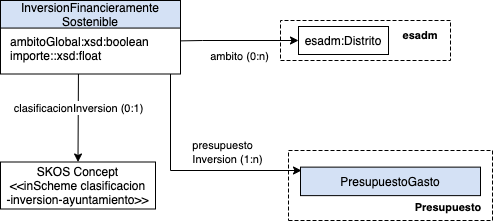
Earlier version of the draw.io export OnToology/ontology/presupuesto.owl/documentation/resources/images/modeloConceptualInversion.png (CiudadesAbiertas/vocab-hacienda-presupuesto). Source tidied: cells renumbered, new cells last; positions are measured from the earlier drawing's top-left corner, leaving out a move shared by most shapes.
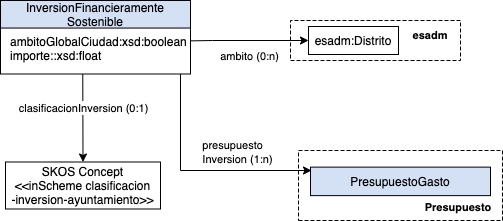
Above is the later version.

What changed in the source:
```diff
@@ -6,7 +6,7 @@
       <mxGeometry x="298" y="26" width="90" height="28" as="geometry" />
     </mxCell>
     <mxCell id="3" value="SKOS Concept&lt;br&gt;&amp;lt;&amp;lt;inScheme clasificacion&lt;br&gt;-inversion-ayuntamiento&amp;gt;&amp;gt;" style="rounded=0;whiteSpace=wrap;html=1;" parent="1" vertex="1">
-      <mxGeometry y="161.5" width="155" height="47" as="geometry" />
+      <mxGeometry x="-5" y="161.5" width="155" height="47" as="geometry" />
     </mxCell>
     <mxCell id="4" style="endArrow=classic;html=1;entryX=0.5;entryY=0;entryDx=0;entryDy=0;exitX=0.433;exitY=0.989;exitDx=0;exitDy=0;exitPerimeter=0;" parent="1" edge="1" source="10" target="3">
       <mxGeometry relative="1" as="geometry" />
@@ -32,10 +32,10 @@
       <mxGeometry x="20" y="13.5" width="180" height="90" as="geometry" />
     </mxCell>
     <mxCell id="9" value="&lt;font style=&quot;font-size: 12px ; color: rgb(0 , 0 , 0) ; direction: ltr ; letter-spacing: 0px ; line-height: 120% ; opacity: 1&quot;&gt;InversionFinancieramente&lt;br&gt;Sostenible&lt;br&gt;&lt;/font&gt;" style="verticalAlign=middle;align=center;vsdxID=334;fillColor=#D4E1F5;gradientColor=none;shape=(stored shape, 160 characters);labelBackgroundColor=none;rounded=0;html=1;whiteSpace=wrap;" parent="8" vertex="1">
-      <mxGeometry x="-20" y="-13.5" width="180" height="28.5" as="geometry" />
+      <mxGeometry x="-30" y="-13.5" width="190" height="28.5" as="geometry" />
     </mxCell>
-    <mxCell id="10" value="&lt;p style=&quot;white-space: nowrap ; margin: 0px 0px 0px 8px&quot;&gt;&lt;span&gt;ambitoGlobal:xsd:boolean&lt;/span&gt;&lt;br&gt;&lt;/p&gt;&lt;p style=&quot;white-space: nowrap ; margin: 0px 0px 0px 8px&quot;&gt;importe::xsd:float&lt;/p&gt;" style="verticalAlign=top;align=left;vsdxID=335;fillColor=#FFFFFF;gradientColor=none;shape=(stored shape, 160 characters);labelBackgroundColor=none;rounded=0;html=1;whiteSpace=wrap;" parent="8" vertex="1">
-      <mxGeometry x="-20" y="14.1" width="180" height="46" as="geometry" />
+    <mxCell id="10" value="&lt;p style=&quot;white-space: nowrap ; margin: 0px 0px 0px 8px&quot;&gt;&lt;span&gt;ambitoGlobalCiudad:xsd:boolean&lt;/span&gt;&lt;br&gt;&lt;/p&gt;&lt;p style=&quot;white-space: nowrap ; margin: 0px 0px 0px 8px&quot;&gt;importe::xsd:float&lt;/p&gt;" style="verticalAlign=top;align=left;vsdxID=335;fillColor=#FFFFFF;gradientColor=none;shape=(stored shape, 160 characters);labelBackgroundColor=none;rounded=0;html=1;whiteSpace=wrap;" parent="8" vertex="1">
+      <mxGeometry x="-30" y="14.1" width="190" height="46" as="geometry" />
     </mxCell>
     <mxCell id="11" value="&lt;font style=&quot;font-size: 11px ; color: rgb(0 , 0 , 0) ; direction: ltr ; letter-spacing: 0px ; line-height: 120% ; opacity: 1&quot;&gt;&lt;b&gt;esadm&lt;br&gt;&lt;/b&gt;&lt;/font&gt;" style="verticalAlign=middle;align=center;vsdxID=511;fillColor=none;gradientColor=none;shape=(stored shape, 160 characters);strokeColor=none;labelBackgroundColor=none;rounded=0;html=1;whiteSpace=wrap;" parent="1" vertex="1">
       <mxGeometry x="380" y="20" width="80" height="28" as="geometry" />
```
